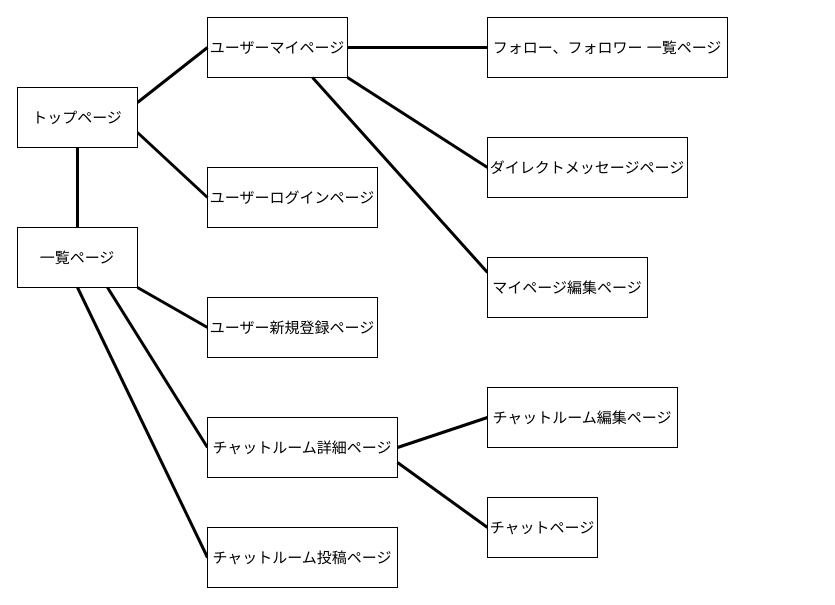
The draw.io diagram 画面遷移図.dio in MAXIM-kn/shumitomo-app, before the edit. Source tidied: cells renumbered, new cells numbered last; positions are measured from the earlier drawing's top-left corner, leaving out a move shared by most shapes. Both pictures are drawn from the tidied source at 100%, with x=0, y=0 at pixel (17, 17).
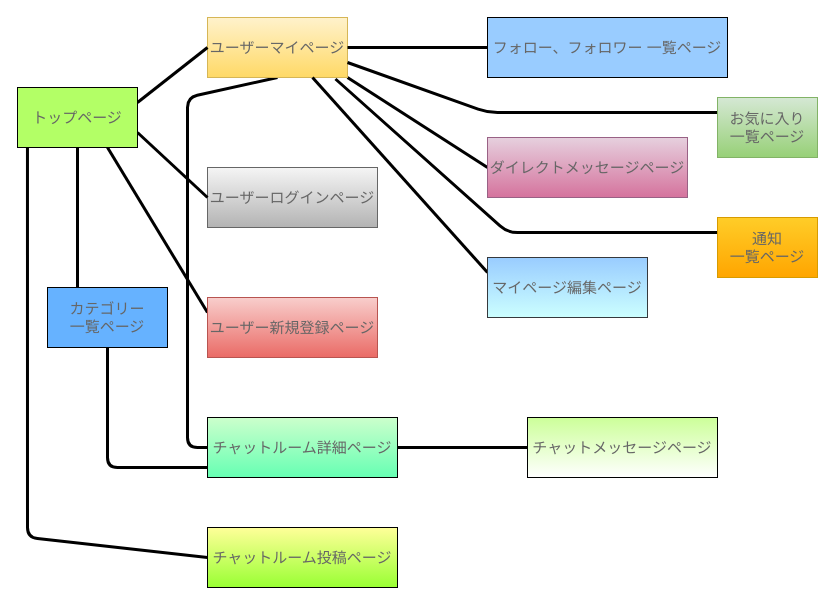
The same diagram, later.

Change to the diagram source:
```diff
@@
-    <mxCell id="2" style="edgeStyle=none;html=1;exitX=1;exitY=1;exitDx=0;exitDy=0;entryX=0;entryY=0.5;entryDx=0;entryDy=0;fontSize=15;endArrow=none;endFill=0;strokeWidth=3;" parent="1" edge="1" source="3" target="5">
-      <mxGeometry relative="1" as="geometry" />
-    </mxCell>
-    <mxCell id="3" value="一覧ページ" style="rounded=0;whiteSpace=wrap;html=1;strokeWidth=1;fontSize=15;" parent="1" vertex="1">
-      <mxGeometry y="210" width="120" height="60" as="geometry" />
-    </mxCell>
-    <mxCell id="4" value="ユーザーログインページ" style="rounded=0;whiteSpace=wrap;html=1;fontSize=15;strokeWidth=1;" parent="1" vertex="1">
+    <mxCell id="4" value="&lt;font color=&quot;#666666&quot;&gt;ユーザーログインページ&lt;/font&gt;" style="rounded=0;whiteSpace=wrap;html=1;fontSize=15;strokeWidth=1;fillColor=#f5f5f5;gradientColor=#b3b3b3;strokeColor=#666666;" parent="1" vertex="1">
       <mxGeometry x="190" y="150" width="170" height="60" as="geometry" />
     </mxCell>
+    <mxCell id="25" style="edgeStyle=none;html=1;exitX=0;exitY=0.25;exitDx=0;exitDy=0;entryX=0.75;entryY=1;entryDx=0;entryDy=0;strokeWidth=3;endArrow=none;endFill=0;" parent="1" edge="1" source="5" target="24">
+      <mxGeometry relative="1" as="geometry" />
+    </mxCell>
-    <mxCell id="5" value="ユーザー新規登録ページ" style="rounded=0;whiteSpace=wrap;html=1;fontSize=15;strokeWidth=1;" parent="1" vertex="1">
+    <mxCell id="5" value="&lt;font color=&quot;#666666&quot;&gt;ユーザー新規登録ページ&lt;/font&gt;" style="rounded=0;whiteSpace=wrap;html=1;fontSize=15;strokeWidth=1;fillColor=#f8cecc;gradientColor=#ea6b66;strokeColor=#b85450;" parent="1" vertex="1">
       <mxGeometry x="190" y="280" width="170" height="60" as="geometry" />
     </mxCell>
@@
+    <mxCell id="26" style="edgeStyle=none;html=1;exitX=0.5;exitY=1;exitDx=0;exitDy=0;fontSize=15;fontColor=#666666;endArrow=none;endFill=0;strokeWidth=3;entryX=0;entryY=0.5;entryDx=0;entryDy=0;" parent="1" edge="1" source="7" target="12">
+      <mxGeometry relative="1" as="geometry">
+        <Array as="points">
+          <mxPoint x="170" y="80" />
+          <mxPoint x="170" y="430" />
+        </Array>
+      </mxGeometry>
+    </mxCell>
-    <mxCell id="7" value="ユーザーマイページ" style="rounded=0;whiteSpace=wrap;html=1;fontSize=15;strokeWidth=1;" parent="1" vertex="1">
+    <mxCell id="7" value="&lt;font color=&quot;#666666&quot;&gt;ユーザーマイページ&lt;/font&gt;" style="rounded=0;whiteSpace=wrap;html=1;fontSize=15;strokeWidth=1;fillColor=#fff2cc;gradientColor=#ffd966;strokeColor=#d6b656;" parent="1" vertex="1">
       <mxGeometry x="190" width="140" height="60" as="geometry" />
     </mxCell>
-    <mxCell id="8" style="edgeStyle=none;html=1;exitX=0;exitY=0.5;exitDx=0;exitDy=0;entryX=0.5;entryY=1;entryDx=0;entryDy=0;fontSize=15;endArrow=none;endFill=0;strokeWidth=3;" parent="1" edge="1" source="9" target="3">
-      <mxGeometry relative="1" as="geometry" />
-    </mxCell>
+    <mxCell id="27" style="edgeStyle=none;html=1;exitX=0;exitY=0.5;exitDx=0;exitDy=0;fontSize=15;endArrow=none;endFill=0;strokeWidth=3;entryX=0.083;entryY=1;entryDx=0;entryDy=0;entryPerimeter=0;" parent="1" edge="1" source="9" target="24">
+      <mxGeometry relative="1" as="geometry">
+        <Array as="points">
+          <mxPoint x="10" y="520" />
+        </Array>
+      </mxGeometry>
+    </mxCell>
-    <mxCell id="9" value="チャットルーム投稿ページ" style="rounded=0;whiteSpace=wrap;html=1;fontSize=15;strokeWidth=1;" parent="1" vertex="1">
+    <mxCell id="9" value="&lt;font color=&quot;#666666&quot;&gt;チャットルーム投稿ページ&lt;/font&gt;" style="rounded=0;whiteSpace=wrap;html=1;fontSize=15;strokeWidth=1;gradientColor=#99FF33;fillColor=#FFFF99;" parent="1" vertex="1">
       <mxGeometry x="190" y="510" width="190" height="60" as="geometry" />
     </mxCell>
-    <mxCell id="10" style="edgeStyle=none;html=1;exitX=0;exitY=0.5;exitDx=0;exitDy=0;entryX=0.75;entryY=1;entryDx=0;entryDy=0;fontSize=15;endArrow=none;endFill=0;strokeWidth=3;" parent="1" edge="1" source="12" target="3">
-      <mxGeometry relative="1" as="geometry" />
-    </mxCell>
-    <mxCell id="11" style="edgeStyle=none;html=1;exitX=1;exitY=0.5;exitDx=0;exitDy=0;entryX=0;entryY=0.5;entryDx=0;entryDy=0;fontSize=15;endArrow=none;endFill=0;strokeWidth=3;" parent="1" edge="1" source="12" target="15">
-      <mxGeometry relative="1" as="geometry" />
-    </mxCell>
-    <mxCell id="12" value="チャットルーム詳細ページ" style="rounded=0;whiteSpace=wrap;html=1;fontSize=15;strokeWidth=1;" parent="1" vertex="1">
+    <mxCell id="12" value="&lt;font color=&quot;#666666&quot;&gt;チャットルーム詳細ページ&lt;/font&gt;" style="rounded=0;whiteSpace=wrap;html=1;fontSize=15;strokeWidth=1;fillColor=#CCFFCC;gradientColor=#66FFB3;" parent="1" vertex="1">
       <mxGeometry x="190" y="400" width="190" height="60" as="geometry" />
     </mxCell>
@@
-    <mxCell id="14" value="フォロー、フォロワー 一覧ページ" style="rounded=0;whiteSpace=wrap;html=1;fontSize=15;strokeWidth=1;" parent="1" vertex="1">
+    <mxCell id="14" value="&lt;font color=&quot;#666666&quot;&gt;フォロー、フォロワー 一覧ページ&lt;/font&gt;" style="rounded=0;whiteSpace=wrap;html=1;fontSize=15;strokeWidth=1;fillColor=#99CCFF;" parent="1" vertex="1">
       <mxGeometry x="470" width="240" height="60" as="geometry" />
     </mxCell>
-    <mxCell id="15" value="チャットルーム編集ページ" style="rounded=0;whiteSpace=wrap;html=1;fontSize=15;strokeWidth=1;" parent="1" vertex="1">
-      <mxGeometry x="470" y="370" width="190" height="60" as="geometry" />
-    </mxCell>
-    <mxCell id="16" value="ダイレクトメッセージページ" style="whiteSpace=wrap;html=1;fontSize=15;strokeWidth=1;" parent="1" vertex="1">
+    <mxCell id="16" value="&lt;font color=&quot;#666666&quot;&gt;ダイレクトメッセージページ&lt;/font&gt;" style="whiteSpace=wrap;html=1;fontSize=15;strokeWidth=1;fillColor=#e6d0de;gradientColor=#d5739d;strokeColor=#996185;" parent="1" vertex="1">
       <mxGeometry x="470" y="120" width="200" height="60" as="geometry" />
     </mxCell>
-    <mxCell id="17" style="edgeStyle=none;html=1;exitX=0;exitY=0.5;exitDx=0;exitDy=0;entryX=1;entryY=0.75;entryDx=0;entryDy=0;fontSize=15;endArrow=none;endFill=0;strokeWidth=3;" parent="1" edge="1" source="18" target="12">
+    <mxCell id="17" style="edgeStyle=none;html=1;exitX=0;exitY=0.5;exitDx=0;exitDy=0;entryX=1;entryY=0.5;entryDx=0;entryDy=0;fontSize=15;fontColor=#666666;endArrow=none;endFill=0;strokeWidth=3;" parent="1" edge="1" source="18" target="12">
       <mxGeometry relative="1" as="geometry" />
     </mxCell>
-    <mxCell id="18" value="チャットページ" style="whiteSpace=wrap;html=1;fontSize=15;strokeWidth=1;" parent="1" vertex="1">
-      <mxGeometry x="470" y="480" width="110" height="60" as="geometry" />
+    <mxCell id="18" value="&lt;font color=&quot;#666666&quot;&gt;チャットメッセージページ&lt;/font&gt;" style="whiteSpace=wrap;html=1;fontSize=15;strokeWidth=1;fillColor=#CCFF99;gradientColor=#ffffff;" parent="1" vertex="1">
+      <mxGeometry x="510" y="400" width="190" height="60" as="geometry" />
     </mxCell>
@@
-    <mxCell id="20" value="マイページ編集ページ" style="whiteSpace=wrap;html=1;strokeWidth=1;fontSize=15;" parent="1" vertex="1">
+    <mxCell id="20" value="&lt;font color=&quot;#666666&quot;&gt;マイページ編集ページ&lt;/font&gt;" style="whiteSpace=wrap;html=1;strokeWidth=1;fontSize=15;fillColor=#99CCFF;strokeColor=#36393d;gradientColor=#CCFFFF;gradientDirection=south;" parent="1" vertex="1">
       <mxGeometry x="470" y="240" width="160" height="60" as="geometry" />
     </mxCell>
@@
-    <mxCell id="23" style="edgeStyle=none;html=1;exitX=0.5;exitY=1;exitDx=0;exitDy=0;entryX=0.5;entryY=0;entryDx=0;entryDy=0;fontSize=15;strokeWidth=3;endArrow=none;endFill=0;" parent="1" edge="1" source="24" target="3">
-      <mxGeometry relative="1" as="geometry" />
-    </mxCell>
+    <mxCell id="28" style="edgeStyle=none;html=1;exitX=0.5;exitY=1;exitDx=0;exitDy=0;entryX=0.25;entryY=0;entryDx=0;entryDy=0;fontSize=15;endArrow=none;endFill=0;strokeWidth=3;" parent="1" edge="1" source="24" target="30">
+      <mxGeometry relative="1" as="geometry" />
+    </mxCell>
-    <mxCell id="24" value="トップページ" style="whiteSpace=wrap;html=1;fontSize=15;" parent="1" vertex="1">
+    <mxCell id="24" value="トップページ" style="whiteSpace=wrap;html=1;fontSize=15;fontColor=#666666;fillColor=#B3FF66;" parent="1" vertex="1">
       <mxGeometry y="70" width="120" height="60" as="geometry" />
     </mxCell>
+    <mxCell id="29" style="edgeStyle=none;html=1;exitX=0.5;exitY=1;exitDx=0;exitDy=0;fontSize=15;fontColor=#666666;endArrow=none;endFill=0;strokeWidth=3;" parent="1" edge="1" source="30">
+      <mxGeometry relative="1" as="geometry">
+        <mxPoint x="190" y="450" as="targetPoint" />
+        <Array as="points">
+          <mxPoint x="90" y="450" />
+        </Array>
+      </mxGeometry>
+    </mxCell>
+    <mxCell id="30" value="&lt;font color=&quot;#666666&quot;&gt;カテゴリー&lt;br style=&quot;font-size: 15px&quot;&gt;一覧ページ&lt;/font&gt;" style="whiteSpace=wrap;html=1;align=center;fontSize=15;fillColor=#66B2FF;" parent="1" vertex="1">
+      <mxGeometry x="30" y="270" width="120" height="60" as="geometry" />
+    </mxCell>
+    <mxCell id="31" style="edgeStyle=none;html=1;exitX=0;exitY=0.25;exitDx=0;exitDy=0;fontSize=15;endArrow=none;endFill=0;strokeWidth=3;entryX=0.914;entryY=1.025;entryDx=0;entryDy=0;entryPerimeter=0;" parent="1" edge="1" source="32" target="7">
+      <mxGeometry relative="1" as="geometry">
+        <Array as="points">
+          <mxPoint x="490" y="215" />
+        </Array>
+      </mxGeometry>
+    </mxCell>
+    <mxCell id="32" value="&lt;font color=&quot;#666666&quot;&gt;通知&lt;br&gt;一覧ページ&lt;/font&gt;" style="whiteSpace=wrap;html=1;align=center;fontSize=15;fillColor=#ffcd28;gradientColor=#ffa500;strokeColor=#d79b00;" parent="1" vertex="1">
+      <mxGeometry x="700" y="200" width="100" height="60" as="geometry" />
+    </mxCell>
+    <mxCell id="33" style="edgeStyle=none;html=1;exitX=0;exitY=0.25;exitDx=0;exitDy=0;entryX=1;entryY=0.75;entryDx=0;entryDy=0;fontSize=15;endArrow=none;endFill=0;strokeWidth=3;" parent="1" edge="1" source="34" target="7">
+      <mxGeometry relative="1" as="geometry">
+        <Array as="points">
+          <mxPoint x="470" y="95" />
+        </Array>
+      </mxGeometry>
+    </mxCell>
+    <mxCell id="34" value="&lt;font color=&quot;#666666&quot;&gt;お気に入り&lt;br&gt;一覧ページ&lt;/font&gt;" style="whiteSpace=wrap;html=1;align=center;fontSize=15;fillColor=#d5e8d4;gradientColor=#97d077;strokeColor=#82b366;" parent="1" vertex="1">
+      <mxGeometry x="700" y="80" width="100" height="60" as="geometry" />
+    </mxCell>
```
